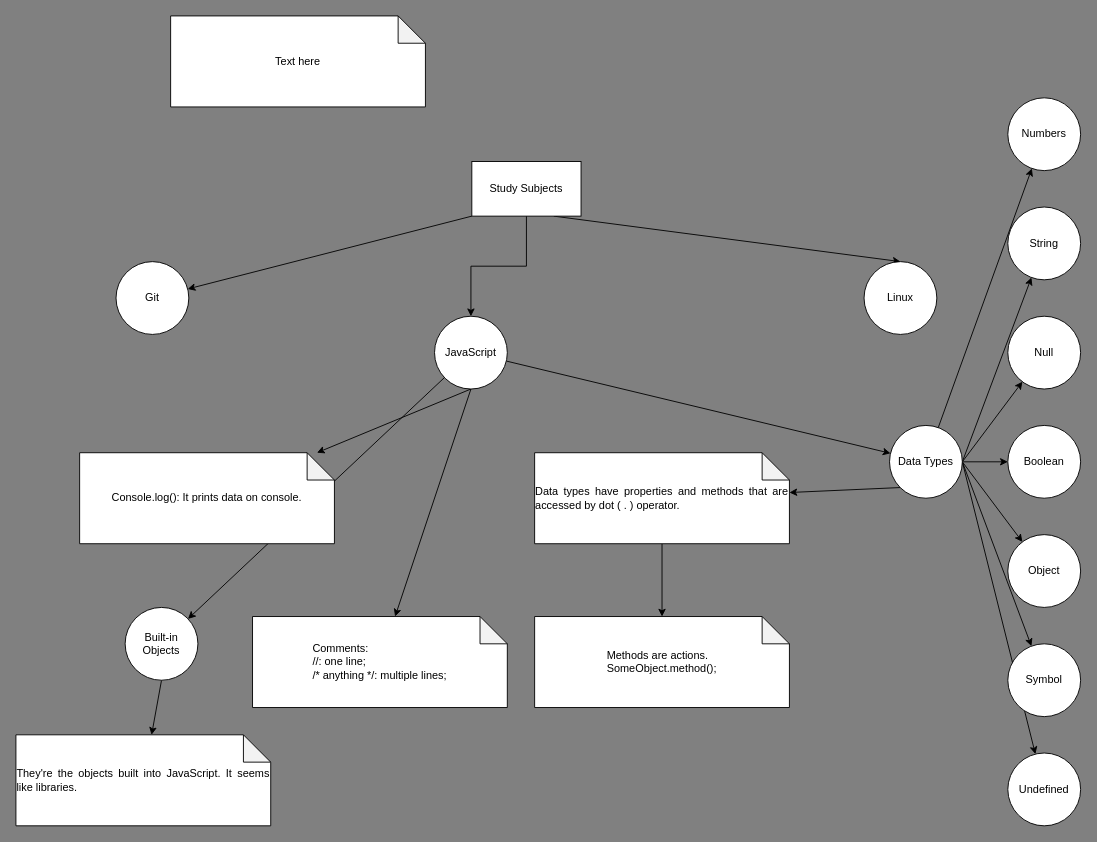
This is StudyTree.drawio from HalexV/study-materials, a draw.io file, before an edit. Source tidied: cells renumbered, new cells numbered last; positions are measured from the earlier drawing's top-left corner, leaving out a move shared by most shapes. Both pictures are drawn from the tidied source at 91%, with x=0, y=0 at pixel (15, 15).
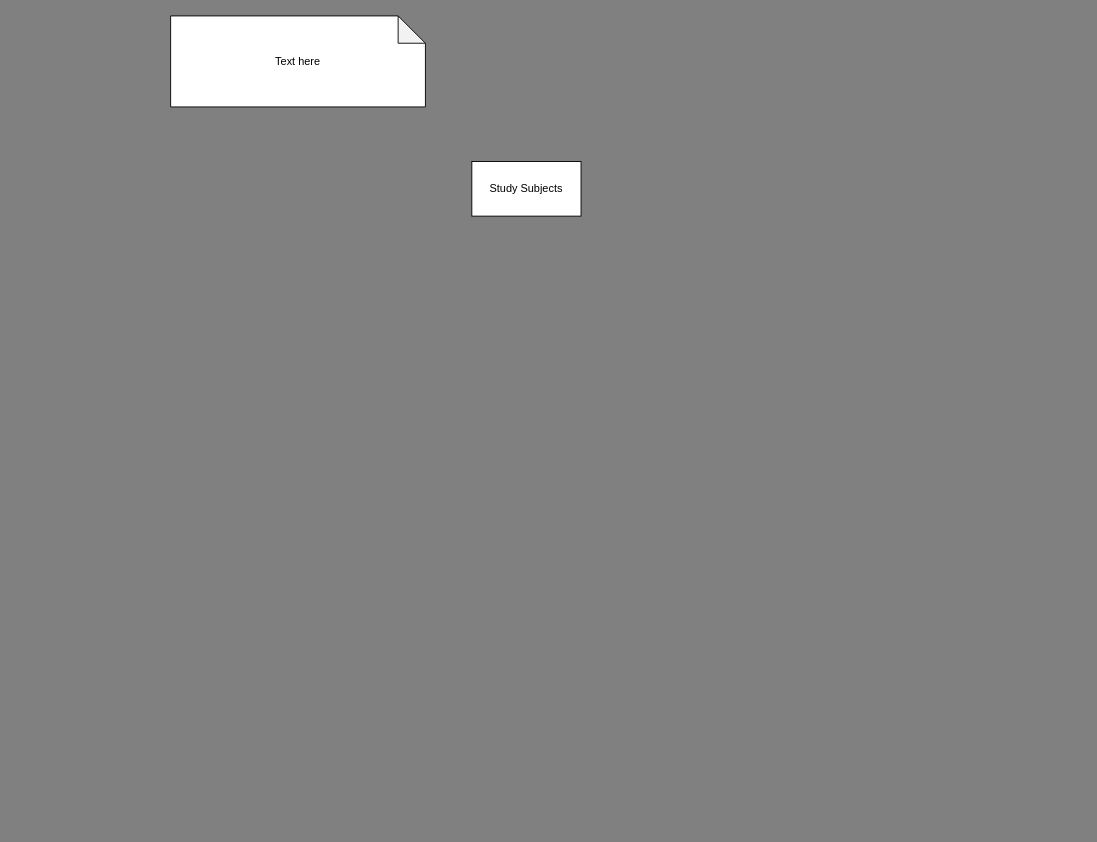
Above is the later version.

Commit message (it also covers changes not shown here):
More content added about JavaScript.

Change to the diagram source:
```diff
@@
-    <mxCell id="2" style="rounded=0;jettySize=auto;html=1;exitX=0;exitY=1;exitDx=0;exitDy=0;orthogonal=1;" parent="1" edge="1" source="5" target="6">
-      <mxGeometry relative="1" as="geometry" />
-    </mxCell>
-    <mxCell id="3" style="rounded=0;jettySize=auto;html=1;exitX=0.75;exitY=1;exitDx=0;exitDy=0;entryX=0.5;entryY=0;entryDx=0;entryDy=0;orthogonal=1;" parent="1" edge="1" source="5" target="7">
-      <mxGeometry relative="1" as="geometry" />
-    </mxCell>
-    <mxCell id="4" style="edgeStyle=orthogonalEdgeStyle;rounded=0;jettySize=auto;html=1;exitX=0.5;exitY=1;exitDx=0;exitDy=0;" parent="1" edge="1" source="5" target="13">
-      <mxGeometry relative="1" as="geometry" />
-    </mxCell>
-    <mxCell id="5" value="Study Subjects" style="rounded=0;whiteSpace=wrap;html=1;" parent="1" vertex="1">
+    <mxCell id="5" value="Study Subjects" style="rounded=0;whiteSpace=wrap;html=1;" parent="1" vertex="1" collapsed="1">
       <mxGeometry x="501" y="160" width="120" height="60" as="geometry" />
     </mxCell>
-    <mxCell id="6" value="Git" style="ellipse;whiteSpace=wrap;html=1;" parent="1" vertex="1" collapsed="1">
-      <mxGeometry x="110" y="270" width="80" height="80" as="geometry" />
-    </mxCell>
-    <mxCell id="7" value="Linux" style="ellipse;whiteSpace=wrap;html=1;" parent="1" vertex="1" collapsed="1">
-      <mxGeometry x="932" y="270" width="80" height="80" as="geometry" />
-    </mxCell>
@@
-    <mxCell id="9" style="rounded=0;jettySize=auto;html=1;exitX=0.5;exitY=1;exitDx=0;exitDy=0;" parent="1" edge="1" source="13" target="26">
-      <mxGeometry relative="1" as="geometry" />
-    </mxCell>
-    <mxCell id="10" style="rounded=0;jettySize=auto;html=1;exitX=0.5;exitY=1;exitDx=0;exitDy=0;" parent="1" edge="1" source="13" target="27">
-      <mxGeometry relative="1" as="geometry" />
-    </mxCell>
-    <mxCell id="11" style="rounded=0;jettySize=auto;html=1;" parent="1" edge="1" source="13" target="24">
-      <mxGeometry relative="1" as="geometry" />
-    </mxCell>
-    <mxCell id="12" style="edgeStyle=none;rounded=0;jettySize=auto;html=1;" parent="1" edge="1" source="13" target="15">
-      <mxGeometry relative="1" as="geometry" />
-    </mxCell>
-    <mxCell id="13" value="JavaScript" style="ellipse;whiteSpace=wrap;html=1;" parent="1" vertex="1">
-      <mxGeometry x="460" y="330" width="80" height="80" as="geometry" />
-    </mxCell>
-    <mxCell id="14" style="edgeStyle=none;rounded=0;jettySize=auto;html=1;exitX=0.5;exitY=1;exitDx=0;exitDy=0;" parent="1" edge="1" source="15" target="37">
-      <mxGeometry relative="1" as="geometry" />
-    </mxCell>
-    <mxCell id="15" value="Built-in Objects" style="ellipse;whiteSpace=wrap;html=1;" parent="1" vertex="1">
-      <mxGeometry x="120" y="650" width="80" height="80" as="geometry" />
-    </mxCell>
-    <mxCell id="16" style="rounded=0;jettySize=auto;html=1;" parent="1" edge="1" source="24" target="25">
-      <mxGeometry relative="1" as="geometry" />
-    </mxCell>
-    <mxCell id="17" style="rounded=0;jettySize=auto;html=1;exitX=1;exitY=0.5;exitDx=0;exitDy=0;" parent="1" edge="1" source="24" target="28">
-      <mxGeometry relative="1" as="geometry" />
-    </mxCell>
-    <mxCell id="18" style="rounded=0;jettySize=auto;html=1;exitX=1;exitY=0.5;exitDx=0;exitDy=0;" parent="1" edge="1" source="24" target="30">
-      <mxGeometry relative="1" as="geometry" />
-    </mxCell>
-    <mxCell id="19" style="rounded=0;jettySize=auto;html=1;exitX=1;exitY=0.5;exitDx=0;exitDy=0;" parent="1" edge="1" source="24" target="29">
-      <mxGeometry relative="1" as="geometry" />
-    </mxCell>
-    <mxCell id="20" style="rounded=0;jettySize=auto;html=1;exitX=1;exitY=0.5;exitDx=0;exitDy=0;" parent="1" edge="1" source="24" target="33">
-      <mxGeometry relative="1" as="geometry" />
-    </mxCell>
-    <mxCell id="21" style="rounded=0;jettySize=auto;html=1;exitX=1;exitY=0.5;exitDx=0;exitDy=0;" parent="1" edge="1" source="24" target="32">
-      <mxGeometry relative="1" as="geometry" />
-    </mxCell>
-    <mxCell id="22" style="rounded=0;jettySize=auto;html=1;exitX=1;exitY=0.5;exitDx=0;exitDy=0;" parent="1" edge="1" source="24" target="31">
-      <mxGeometry relative="1" as="geometry" />
-    </mxCell>
-    <mxCell id="23" style="edgeStyle=none;rounded=0;jettySize=auto;html=1;exitX=0;exitY=1;exitDx=0;exitDy=0;" parent="1" edge="1" source="24" target="35">
-      <mxGeometry relative="1" as="geometry" />
-    </mxCell>
-    <mxCell id="24" value="Data Types" style="ellipse;whiteSpace=wrap;html=1;" parent="1" vertex="1">
-      <mxGeometry x="960" y="450" width="80" height="80" as="geometry" />
-    </mxCell>
-    <mxCell id="25" value="Numbers" style="ellipse;whiteSpace=wrap;html=1;" parent="1" vertex="1">
-      <mxGeometry x="1090" y="90" width="80" height="80" as="geometry" />
-    </mxCell>
-    <mxCell id="26" value="&lt;div style=&quot;text-align: justify&quot;&gt;Console.log(): It prints data on console.&lt;/div&gt;" style="shape=note;whiteSpace=wrap;html=1;backgroundOutline=1;darkOpacity=0.05;" parent="1" vertex="1">
-      <mxGeometry x="70" y="480" width="280" height="100" as="geometry" />
-    </mxCell>
-    <mxCell id="27" value="&lt;div style=&quot;text-align: justify&quot;&gt;Comments:&lt;/div&gt;&lt;div style=&quot;text-align: justify&quot;&gt;//: one line;&lt;br&gt;/* anything */: multiple lines;&lt;/div&gt;" style="shape=note;whiteSpace=wrap;html=1;backgroundOutline=1;darkOpacity=0.05;" parent="1" vertex="1">
-      <mxGeometry x="260" y="660" width="280" height="100" as="geometry" />
-    </mxCell>
-    <mxCell id="28" value="String" style="ellipse;whiteSpace=wrap;html=1;" parent="1" vertex="1">
-      <mxGeometry x="1090" y="210" width="80" height="80" as="geometry" />
-    </mxCell>
-    <mxCell id="29" value="Boolean" style="ellipse;whiteSpace=wrap;html=1;" parent="1" vertex="1">
-      <mxGeometry x="1090" y="450" width="80" height="80" as="geometry" />
-    </mxCell>
-    <mxCell id="30" value="Null" style="ellipse;whiteSpace=wrap;html=1;" parent="1" vertex="1">
-      <mxGeometry x="1090" y="330" width="80" height="80" as="geometry" />
-    </mxCell>
-    <mxCell id="31" value="Undefined" style="ellipse;whiteSpace=wrap;html=1;" parent="1" vertex="1">
-      <mxGeometry x="1090" y="810" width="80" height="80" as="geometry" />
-    </mxCell>
-    <mxCell id="32" value="Symbol" style="ellipse;whiteSpace=wrap;html=1;" parent="1" vertex="1">
-      <mxGeometry x="1090" y="690" width="80" height="80" as="geometry" />
-    </mxCell>
-    <mxCell id="33" value="Object" style="ellipse;whiteSpace=wrap;html=1;" parent="1" vertex="1">
-      <mxGeometry x="1090" y="570" width="80" height="80" as="geometry" />
-    </mxCell>
-    <mxCell id="34" style="edgeStyle=none;rounded=0;jettySize=auto;html=1;" parent="1" edge="1" source="35" target="36">
-      <mxGeometry relative="1" as="geometry" />
-    </mxCell>
-    <mxCell id="35" value="&lt;div style=&quot;text-align: justify&quot;&gt;Data types have properties and methods that are accessed by dot ( . ) operator.&lt;/div&gt;" style="shape=note;whiteSpace=wrap;html=1;backgroundOutline=1;darkOpacity=0.05;" parent="1" vertex="1">
-      <mxGeometry x="570" y="480" width="280" height="100" as="geometry" />
-    </mxCell>
-    <mxCell id="36" value="&lt;div style=&quot;text-align: justify&quot;&gt;Methods are actions.&lt;/div&gt;&lt;div style=&quot;text-align: justify&quot;&gt;SomeObject.method();&lt;/div&gt;" style="shape=note;whiteSpace=wrap;html=1;backgroundOutline=1;darkOpacity=0.05;" parent="1" vertex="1">
-      <mxGeometry x="570" y="660" width="280" height="100" as="geometry" />
-    </mxCell>
-    <mxCell id="37" value="&lt;div style=&quot;text-align: justify&quot;&gt;They're the objects built into JavaScript. It seems like libraries.&lt;/div&gt;" style="shape=note;whiteSpace=wrap;html=1;backgroundOutline=1;darkOpacity=0.05;" parent="1" vertex="1">
-      <mxGeometry y="790" width="280" height="100" as="geometry" />
-    </mxCell>
```
